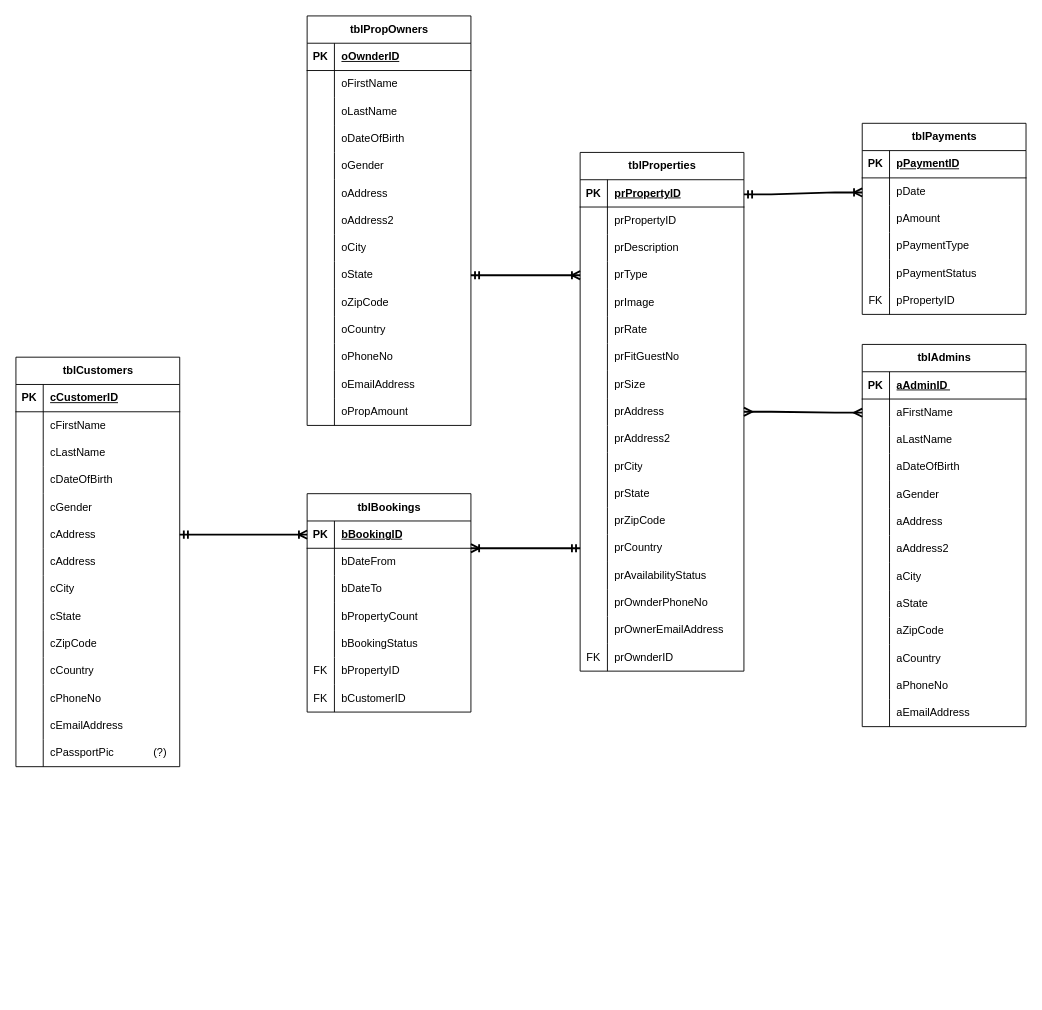
Above: Database Structure/BAP-Database-ERD.drawio in UAreNotMySupervisor/EIT-BAP-Semester2-2023 (draw.io), before the change. Source tidied: cells renumbered, new cells numbered last; positions are measured from the earlier drawing's top-left corner, leaving out a move shared by most shapes. Both pictures are drawn from the tidied source at 91%, with x=0, y=0 at pixel (15, 15).
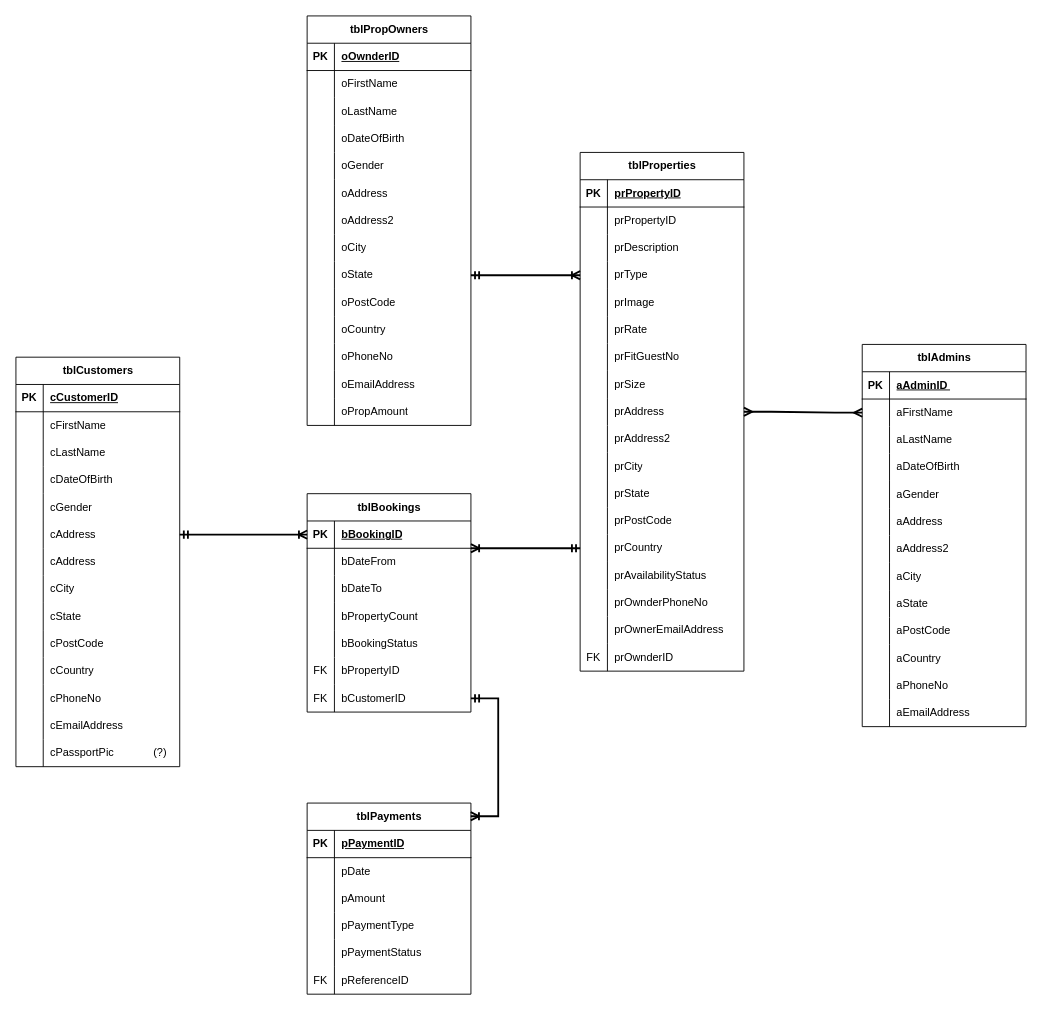
The same page after the edit.

Commit message (it also covers changes not shown here):
Data Structure Updated ERD

The change refers to these unchanged cells:
```xml
<mxCell id="39" style="shape=tableRow;horizontal=0;startSize=0;swimlaneHead=0;swimlaneBody=0;fillColor=none;top=0;left=0;right=0;bottom=0;" parent="2" vertex="1">
  <mxGeometry y="390" width="180" height="30" as="geometry" />
</mxCell>
<mxCell id="85" style="shape=tableRow;horizontal=0;startSize=0;swimlaneHead=0;swimlaneBody=0;fillColor=none;top=0;left=0;right=0;bottom=0;" parent="57" vertex="1">
  <mxGeometry y="300" width="180" height="30" as="geometry" />
</mxCell>
<mxCell id="128" style="shape=tableRow;horizontal=0;startSize=0;swimlaneHead=0;swimlaneBody=0;fillColor=none;top=0;left=0;right=0;bottom=0;" parent="100" vertex="1">
  <mxGeometry y="300" width="180" height="30" as="geometry" />
</mxCell>
<mxCell id="162" style="shape=tableRow;horizontal=0;startSize=0;swimlaneHead=0;swimlaneBody=0;fillColor=none;points=[[0,0.5],[1,0.5]];portConstraint=eastwest;top=0;left=0;right=0;bottom=0;" parent="143" vertex="1">
  <mxGeometry y="210" width="180" height="30" as="geometry" />
</mxCell>
<mxCell id="181" style="shape=tableRow;horizontal=0;startSize=0;swimlaneHead=0;swimlaneBody=0;fillColor=none;top=0;left=0;right=0;bottom=0;" parent="165" vertex="1">
  <mxGeometry y="180" width="180" height="30" as="geometry" />
</mxCell>
<mxCell id="212" style="shape=tableRow;horizontal=0;startSize=0;swimlaneHead=0;swimlaneBody=0;fillColor=none;top=0;left=0;right=0;bottom=0;" parent="184" vertex="1">
  <mxGeometry y="300" width="180" height="30" as="geometry" />
</mxCell>
```

What changed in the source:
```diff
@@
-    <mxCell id="41" value="prZipCode" style="shape=partialRectangle;fillColor=none;top=0;left=0;bottom=0;right=0;align=left;spacingLeft=6;overflow=hidden;whiteSpace=wrap;html=1;" parent="39" vertex="1">
+    <mxCell id="41" value="prPostCode" style="shape=partialRectangle;fillColor=none;top=0;left=0;bottom=0;right=0;align=left;spacingLeft=6;overflow=hidden;whiteSpace=wrap;html=1;" parent="39" vertex="1">
       <mxGeometry x="30" width="150" height="30" as="geometry" />
     </mxCell>
@@
-    <mxCell id="87" value="oZipCode" style="shape=partialRectangle;fillColor=none;top=0;left=0;bottom=0;right=0;align=left;spacingLeft=6;overflow=hidden;whiteSpace=wrap;html=1;" parent="85" vertex="1">
+    <mxCell id="87" value="oPostCode" style="shape=partialRectangle;fillColor=none;top=0;left=0;bottom=0;right=0;align=left;spacingLeft=6;overflow=hidden;whiteSpace=wrap;html=1;" parent="85" vertex="1">
       <mxGeometry x="30" width="150" height="30" as="geometry" />
     </mxCell>
@@
-    <mxCell id="130" value="cZipCode" style="shape=partialRectangle;fillColor=none;top=0;left=0;bottom=0;right=0;align=left;spacingLeft=6;overflow=hidden;whiteSpace=wrap;html=1;" parent="128" vertex="1">
+    <mxCell id="130" value="cPostCode" style="shape=partialRectangle;fillColor=none;top=0;left=0;bottom=0;right=0;align=left;spacingLeft=6;overflow=hidden;whiteSpace=wrap;html=1;" parent="128" vertex="1">
       <mxGeometry x="30" width="150" height="30" as="geometry" />
     </mxCell>
@@
     <mxCell id="165" value="tblPayments" style="shape=table;startSize=30;childLayout=tableLayout;rowLines=0;fontStyle=1;align=center;html=1;" parent="1" vertex="1">
-      <mxGeometry x="930" y="118" width="180" height="210" as="geometry" />
+      <mxGeometry x="320" y="865" width="180" height="210" as="geometry" />
     </mxCell>
@@
-    <mxCell id="183" value="pPropertyID&amp;nbsp;" style="shape=partialRectangle;fillColor=none;top=0;left=0;bottom=0;right=0;align=left;spacingLeft=6;fontStyle=0;overflow=hidden;whiteSpace=wrap;html=1;" parent="181" vertex="1">
+    <mxCell id="183" value="pReferenceID" style="shape=partialRectangle;fillColor=none;top=0;left=0;bottom=0;right=0;align=left;spacingLeft=6;fontStyle=0;overflow=hidden;whiteSpace=wrap;html=1;" parent="181" vertex="1">
       <mxGeometry x="30" width="150" height="30" as="geometry" />
     </mxCell>
@@
-    <mxCell id="214" value="aZipCode" style="shape=partialRectangle;fillColor=none;top=0;left=0;bottom=0;right=0;align=left;spacingLeft=6;overflow=hidden;whiteSpace=wrap;html=1;" parent="212" vertex="1">
+    <mxCell id="214" value="aPostCode" style="shape=partialRectangle;fillColor=none;top=0;left=0;bottom=0;right=0;align=left;spacingLeft=6;overflow=hidden;whiteSpace=wrap;html=1;" parent="212" vertex="1">
       <mxGeometry x="30" width="150" height="30" as="geometry" />
     </mxCell>
@@
-    <mxCell id="227" style="edgeStyle=entityRelationEdgeStyle;fontSize=12;html=1;endArrow=ERoneToMany;startArrow=ERmandOne;rounded=0;entryX=0;entryY=0.5;entryDx=0;entryDy=0;exitX=1;exitY=0.5;exitDx=0;exitDy=0;strokeWidth=2;endFill=0;" parent="1" edge="1">
-      <mxGeometry relative="1" as="geometry">
-        <mxPoint x="800" y="196" as="sourcePoint" />
-        <mxPoint x="930" y="194" as="targetPoint" />
-      </mxGeometry>
-    </mxCell>
@@
+    <mxCell id="229" style="edgeStyle=entityRelationEdgeStyle;fontSize=12;html=1;endArrow=ERoneToMany;rounded=0;strokeWidth=2;jumpSize=6;startArrow=ERmandOne;startFill=0;entryX=0.999;entryY=0.069;entryDx=0;entryDy=0;entryPerimeter=0;" parent="1" edge="1" source="162" target="165">
+      <mxGeometry relative="1" as="geometry">
+        <Array as="points">
+          <mxPoint x="413" y="845" />
+          <mxPoint x="413" y="795" />
+          <mxPoint x="410" y="845" />
+        </Array>
+      </mxGeometry>
+    </mxCell>
```
